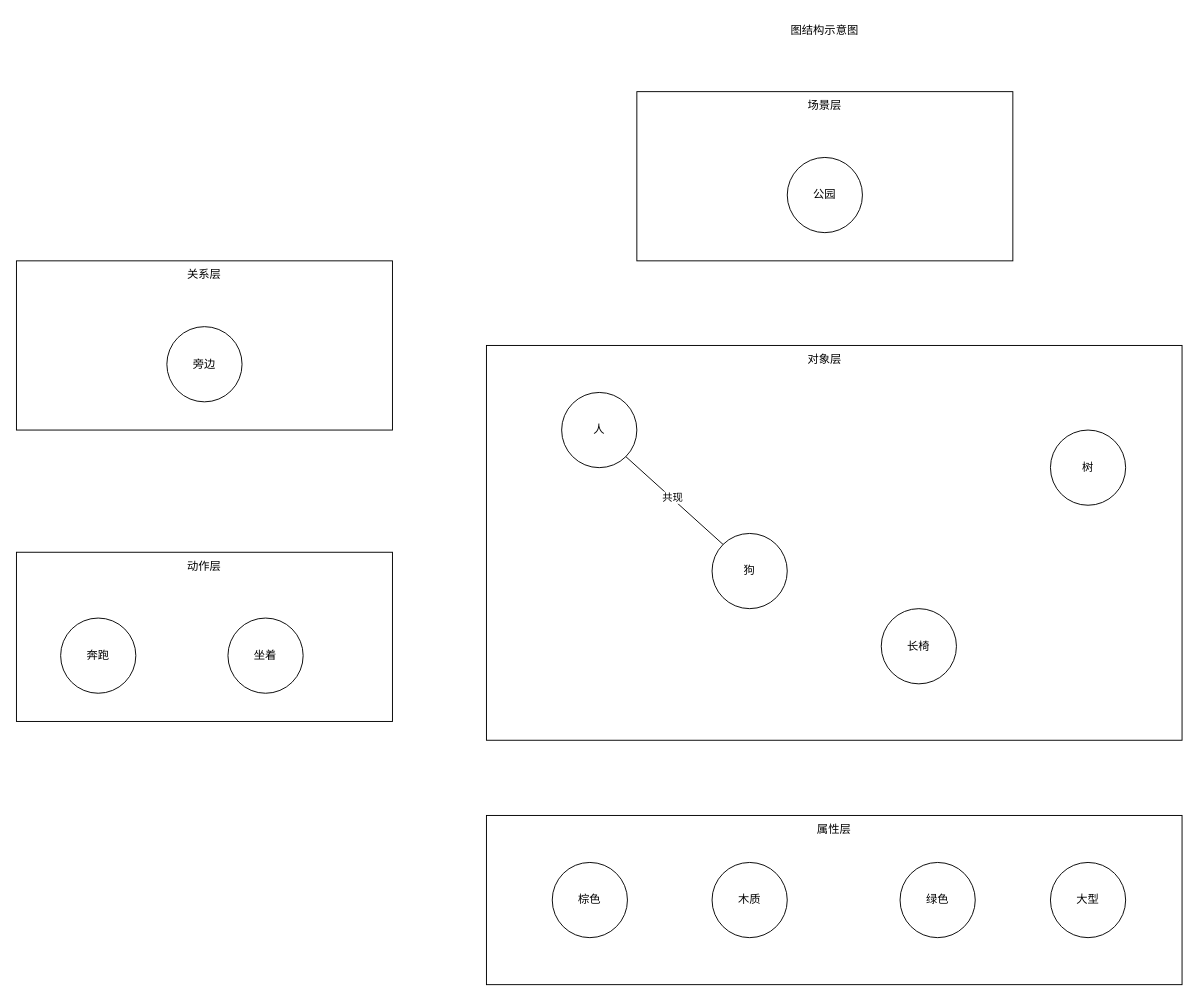
Before: 图神经网络增强的图像检索.drawio in huaxiaojilzg/workflow_draw, a draw.io diagram. Source tidied: cells renumbered, new cells numbered last; positions are measured from the earlier drawing's top-left corner, leaving out a move shared by most shapes. Both pictures are drawn from the tidied source at 94%, with x=0, y=0 at pixel (16, 16).
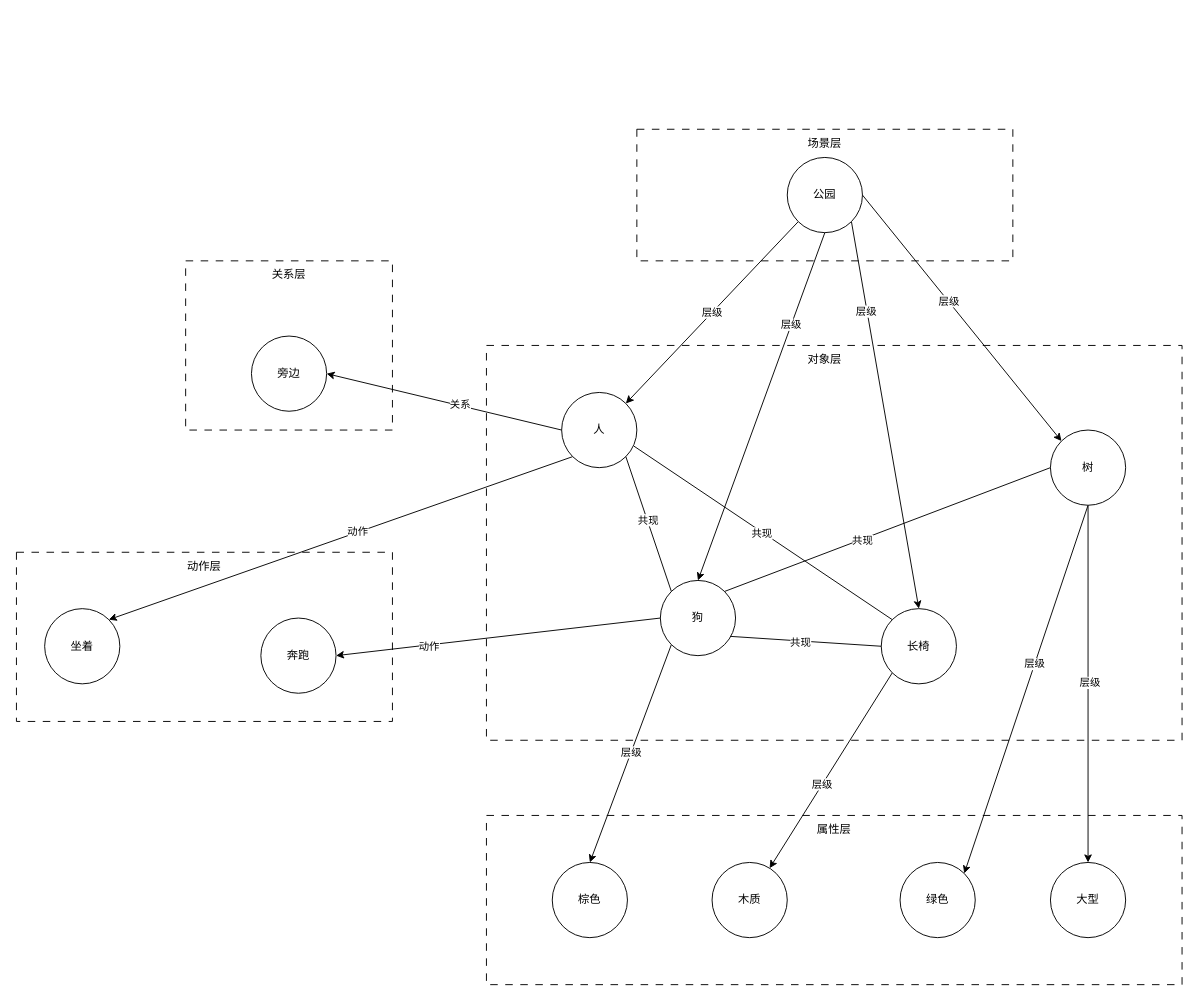
Above is the later version.

Commit message (it also covers changes not shown here):
更新图神经网络增强的图像检索.drawio

The change refers to these unchanged cells:
```xml
<mxCell id="13" value="人" style="ellipse;whiteSpace=wrap;html=1;" parent="1" vertex="1">
  <mxGeometry x="580" y="400" width="80" height="80" as="geometry" />
</mxCell>
<mxCell id="15" value="长椅" style="ellipse;whiteSpace=wrap;html=1;" parent="1" vertex="1">
  <mxGeometry x="920" y="630" width="80" height="80" as="geometry" />
</mxCell>
<mxCell id="16" value="树" style="ellipse;whiteSpace=wrap;html=1;" parent="1" vertex="1">
  <mxGeometry x="1100" y="440" width="80" height="80" as="geometry" />
</mxCell>
<mxCell id="17" value="公园" style="ellipse;whiteSpace=wrap;html=1;" parent="1" vertex="1">
  <mxGeometry x="820" y="150" width="80" height="80" as="geometry" />
</mxCell>
<mxCell id="21" value="棕色" style="ellipse;whiteSpace=wrap;html=1;" parent="1" vertex="1">
  <mxGeometry x="570" y="900" width="80" height="80" as="geometry" />
</mxCell>
<mxCell id="22" value="木质" style="ellipse;whiteSpace=wrap;html=1;" parent="1" vertex="1">
  <mxGeometry x="740" y="900" width="80" height="80" as="geometry" />
</mxCell>
<mxCell id="23" value="绿色" style="ellipse;whiteSpace=wrap;html=1;" parent="1" vertex="1">
  <mxGeometry x="940" y="900" width="80" height="80" as="geometry" />
</mxCell>
<mxCell id="24" value="大型" style="ellipse;whiteSpace=wrap;html=1;" parent="1" vertex="1">
  <mxGeometry x="1100" y="900" width="80" height="80" as="geometry" />
</mxCell>
```

Change to the diagram source:
```diff
@@
-    <mxCell id="2" style="rounded=0;whiteSpace=wrap;html=1;hachureGap=4;fontFamily=Architects Daughter;" parent="1" vertex="1">
-      <mxGeometry x="660" y="80" width="400" height="180" as="geometry" />
+    <mxCell id="2" style="rounded=0;whiteSpace=wrap;html=1;hachureGap=4;fontFamily=Architects Daughter;dashed=1;dashPattern=8 8;" parent="1" vertex="1">
+      <mxGeometry x="660" y="120" width="400" height="140" as="geometry" />
     </mxCell>
-    <mxCell id="3" value="图结构示意图" style="text;html=1;whiteSpace=wrap;strokeColor=none;fillColor=none;align=center;verticalAlign=middle;rounded=0;" parent="1" vertex="1">
-      <mxGeometry x="755" width="210" height="30" as="geometry" />
-    </mxCell>
     <mxCell id="4" value="场景层" style="text;html=1;whiteSpace=wrap;strokeColor=none;fillColor=none;align=center;verticalAlign=middle;rounded=0;" parent="1" vertex="1">
-      <mxGeometry x="755" y="80" width="210" height="30" as="geometry" />
+      <mxGeometry x="755" y="120" width="210" height="30" as="geometry" />
     </mxCell>
-    <mxCell id="5" style="rounded=0;whiteSpace=wrap;html=1;hachureGap=4;fontFamily=Architects Daughter;" parent="1" vertex="1">
+    <mxCell id="5" style="rounded=0;whiteSpace=wrap;html=1;hachureGap=4;fontFamily=Architects Daughter;dashed=1;dashPattern=8 8;" parent="1" vertex="1">
       <mxGeometry x="500" y="350" width="740" height="420" as="geometry" />
     </mxCell>
@@
-    <mxCell id="7" style="rounded=0;whiteSpace=wrap;html=1;hachureGap=4;fontFamily=Architects Daughter;" parent="1" vertex="1">
+    <mxCell id="7" style="rounded=0;whiteSpace=wrap;html=1;hachureGap=4;fontFamily=Architects Daughter;dashed=1;dashPattern=8 8;" parent="1" vertex="1">
       <mxGeometry x="500" y="850" width="740" height="180" as="geometry" />
     </mxCell>
@@
-    <mxCell id="9" style="rounded=0;whiteSpace=wrap;html=1;hachureGap=4;fontFamily=Architects Daughter;" parent="1" vertex="1">
-      <mxGeometry y="260" width="400" height="180" as="geometry" />
+    <mxCell id="9" style="rounded=0;whiteSpace=wrap;html=1;hachureGap=4;fontFamily=Architects Daughter;dashed=1;dashPattern=8 8;" parent="1" vertex="1">
+      <mxGeometry x="180" y="260" width="220" height="180" as="geometry" />
     </mxCell>
     <mxCell id="10" value="关系层" style="text;html=1;whiteSpace=wrap;strokeColor=none;fillColor=none;align=center;verticalAlign=middle;rounded=0;" parent="1" vertex="1">
-      <mxGeometry x="95" y="260" width="210" height="30" as="geometry" />
+      <mxGeometry x="185" y="260" width="210" height="30" as="geometry" />
     </mxCell>
-    <mxCell id="11" style="rounded=0;whiteSpace=wrap;html=1;hachureGap=4;fontFamily=Architects Daughter;" parent="1" vertex="1">
+    <mxCell id="11" style="rounded=0;whiteSpace=wrap;html=1;hachureGap=4;fontFamily=Architects Daughter;dashed=1;dashPattern=8 8;" parent="1" vertex="1">
       <mxGeometry y="570" width="400" height="180" as="geometry" />
     </mxCell>
@@
+    <mxCell id="27" style="rounded=0;jettySize=auto;html=1;exitX=0;exitY=0.5;exitDx=0;exitDy=0;entryX=1;entryY=0.5;entryDx=0;entryDy=0;" parent="1" edge="1" source="13" target="18">
+      <mxGeometry relative="1" as="geometry" />
+    </mxCell>
+    <mxCell id="28" value="关系" style="edgeLabel;html=1;align=center;verticalAlign=middle;" parent="27" vertex="1">
+      <mxGeometry x="-0.13" y="-1" relative="1" as="geometry" />
+    </mxCell>
+    <mxCell id="29" style="rounded=0;jettySize=auto;html=1;exitX=0;exitY=1;exitDx=0;exitDy=0;entryX=1;entryY=0;entryDx=0;entryDy=0;" parent="1" edge="1" source="13" target="20">
+      <mxGeometry relative="1" as="geometry" />
+    </mxCell>
+    <mxCell id="30" value="动作" style="edgeLabel;html=1;align=center;verticalAlign=middle;" parent="29" vertex="1">
+      <mxGeometry x="-0.07" y="-1" relative="1" as="geometry" />
+    </mxCell>
@@
+    <mxCell id="31" style="rounded=0;jettySize=auto;html=1;exitX=0;exitY=0.5;exitDx=0;exitDy=0;entryX=1;entryY=0.5;entryDx=0;entryDy=0;" parent="1" edge="1" source="14" target="19">
+      <mxGeometry relative="1" as="geometry" />
+    </mxCell>
+    <mxCell id="32" value="动作" style="edgeLabel;html=1;align=center;verticalAlign=middle;" parent="31" vertex="1">
+      <mxGeometry x="0.43" y="2" relative="1" as="geometry" />
+    </mxCell>
+    <mxCell id="33" style="rounded=0;jettySize=auto;html=1;exitX=0;exitY=1;exitDx=0;exitDy=0;entryX=0.5;entryY=0;entryDx=0;entryDy=0;" parent="1" edge="1" source="14" target="21">
+      <mxGeometry relative="1" as="geometry" />
+    </mxCell>
+    <mxCell id="34" value="层级" style="edgeLabel;html=1;align=center;verticalAlign=middle;" parent="33" vertex="1">
+      <mxGeometry x="-0.01" relative="1" as="geometry" />
+    </mxCell>
+    <mxCell id="35" style="rounded=0;jettySize=auto;html=1;exitX=0;exitY=1;exitDx=0;exitDy=0;" parent="1" edge="1" source="15" target="22">
+      <mxGeometry relative="1" as="geometry" />
+    </mxCell>
+    <mxCell id="36" value="层级" style="edgeLabel;html=1;align=center;verticalAlign=middle;" parent="35" vertex="1">
+      <mxGeometry x="0.14" y="-1" relative="1" as="geometry" />
+    </mxCell>
     <mxCell id="14" value="狗" style="ellipse;whiteSpace=wrap;html=1;" parent="1" vertex="1">
-      <mxGeometry x="740" y="550" width="80" height="80" as="geometry" />
+      <mxGeometry x="685" y="600" width="80" height="80" as="geometry" />
     </mxCell>
@@
+    <mxCell id="37" style="rounded=0;jettySize=auto;html=1;exitX=0.5;exitY=1;exitDx=0;exitDy=0;entryX=1;entryY=0;entryDx=0;entryDy=0;" parent="1" edge="1" source="16" target="23">
+      <mxGeometry relative="1" as="geometry" />
+    </mxCell>
+    <mxCell id="38" value="层级" style="edgeLabel;html=1;align=center;verticalAlign=middle;" parent="37" vertex="1">
+      <mxGeometry x="-0.14" y="-1" relative="1" as="geometry" />
+    </mxCell>
+    <mxCell id="39" style="edgeStyle=orthogonalEdgeStyle;rounded=0;jettySize=auto;html=1;exitX=0.5;exitY=1;exitDx=0;exitDy=0;" parent="1" edge="1" source="16" target="24">
+      <mxGeometry relative="1" as="geometry" />
+    </mxCell>
+    <mxCell id="40" value="层级" style="edgeLabel;html=1;align=center;verticalAlign=middle;" parent="39" vertex="1">
+      <mxGeometry x="-0.01" y="1" relative="1" as="geometry" />
+    </mxCell>
@@
+    <mxCell id="41" style="rounded=0;jettySize=auto;html=1;exitX=0;exitY=1;exitDx=0;exitDy=0;entryX=1;entryY=0;entryDx=0;entryDy=0;" parent="1" edge="1" source="17" target="13">
+      <mxGeometry relative="1" as="geometry" />
+    </mxCell>
+    <mxCell id="42" value="层级" style="edgeLabel;html=1;align=center;verticalAlign=middle;" parent="41" vertex="1">
+      <mxGeometry y="-1" relative="1" as="geometry" />
+    </mxCell>
+    <mxCell id="43" style="rounded=0;jettySize=auto;html=1;exitX=0.5;exitY=1;exitDx=0;exitDy=0;entryX=0.5;entryY=0;entryDx=0;entryDy=0;" parent="1" edge="1" source="17" target="14">
+      <mxGeometry relative="1" as="geometry" />
+    </mxCell>
+    <mxCell id="44" value="层级" style="edgeLabel;html=1;align=center;verticalAlign=middle;" parent="43" vertex="1">
+      <mxGeometry x="-0.47" y="-1" relative="1" as="geometry" />
+    </mxCell>
+    <mxCell id="45" style="rounded=0;jettySize=auto;html=1;exitX=1;exitY=0.5;exitDx=0;exitDy=0;entryX=0;entryY=0;entryDx=0;entryDy=0;" parent="1" edge="1" source="17" target="16">
+      <mxGeometry relative="1" as="geometry" />
+    </mxCell>
+    <mxCell id="46" value="层级" style="edgeLabel;html=1;align=center;verticalAlign=middle;" parent="45" vertex="1">
+      <mxGeometry x="-0.13" y="1" relative="1" as="geometry">
+        <mxPoint x="-1" as="offset" />
+      </mxGeometry>
+    </mxCell>
+    <mxCell id="47" style="rounded=0;jettySize=auto;html=1;exitX=1;exitY=1;exitDx=0;exitDy=0;entryX=0.5;entryY=0;entryDx=0;entryDy=0;" parent="1" edge="1" source="17" target="15">
+      <mxGeometry relative="1" as="geometry" />
+    </mxCell>
+    <mxCell id="48" value="层级" style="edgeLabel;html=1;align=center;verticalAlign=middle;" parent="47" vertex="1">
+      <mxGeometry x="-0.54" y="-1" relative="1" as="geometry" />
+    </mxCell>
@@
     <mxCell id="18" value="旁边" style="ellipse;whiteSpace=wrap;html=1;" parent="1" vertex="1">
-      <mxGeometry x="160" y="330" width="80" height="80" as="geometry" />
+      <mxGeometry x="250" y="340" width="80" height="80" as="geometry" />
     </mxCell>
     <mxCell id="19" value="奔跑" style="ellipse;whiteSpace=wrap;html=1;" parent="1" vertex="1">
-      <mxGeometry x="47" y="640" width="80" height="80" as="geometry" />
+      <mxGeometry x="260" y="640" width="80" height="80" as="geometry" />
     </mxCell>
     <mxCell id="20" value="坐着" style="ellipse;whiteSpace=wrap;html=1;" parent="1" vertex="1">
-      <mxGeometry x="225" y="640" width="80" height="80" as="geometry" />
+      <mxGeometry x="30" y="630" width="80" height="80" as="geometry" />
     </mxCell>
@@
+    <mxCell id="49" style="endArrow=none;html=1;rounded=0;entryX=0.936;entryY=0.744;entryDx=0;entryDy=0;entryPerimeter=0;exitX=0;exitY=0.5;exitDx=0;exitDy=0;" parent="1" edge="1" source="15" target="14">
+      <mxGeometry relative="1" as="geometry" />
+    </mxCell>
+    <mxCell id="50" value="共现" style="edgeLabel;html=1;align=center;verticalAlign=middle;" parent="49" vertex="1">
+      <mxGeometry x="0.09" y="1" relative="1" as="geometry" />
+    </mxCell>
+    <mxCell id="51" style="endArrow=none;html=1;rounded=0;exitX=0.96;exitY=0.713;exitDx=0;exitDy=0;exitPerimeter=0;entryX=0;entryY=0;entryDx=0;entryDy=0;" parent="1" edge="1" source="13" target="15">
+      <mxGeometry relative="1" as="geometry" />
+    </mxCell>
+    <mxCell id="52" value="共现" style="edgeLabel;html=1;align=center;verticalAlign=middle;" parent="51" vertex="1">
+      <mxGeometry x="-0.01" y="-1" relative="1" as="geometry" />
+    </mxCell>
+    <mxCell id="53" style="endArrow=none;html=1;rounded=0;exitX=1;exitY=0;exitDx=0;exitDy=0;entryX=0;entryY=0.5;entryDx=0;entryDy=0;" parent="1" edge="1" source="14" target="16">
+      <mxGeometry relative="1" as="geometry" />
+    </mxCell>
+    <mxCell id="54" value="共现" style="edgeLabel;html=1;align=center;verticalAlign=middle;" parent="53" vertex="1">
+      <mxGeometry x="-0.01" y="-1" relative="1" as="geometry">
+        <mxPoint x="-26" y="10" as="offset" />
+      </mxGeometry>
+    </mxCell>
```
